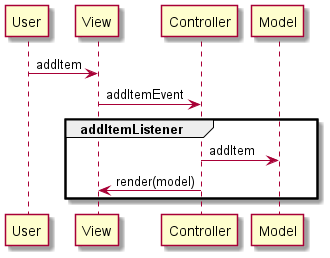
wcelowski/pw-mvc keeps this PlantUML diagram as docs/mvc.png. Above is the earlier version.
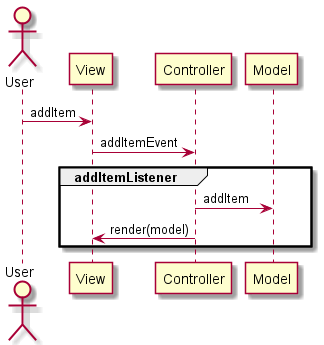
After the commit.

Change to the diagram source:
```diff
@@ -1,4 +1,5 @@
 @startuml
+actor User as User
 
 User -> View: addItem
 View -> Controller: addItemEvent
```
